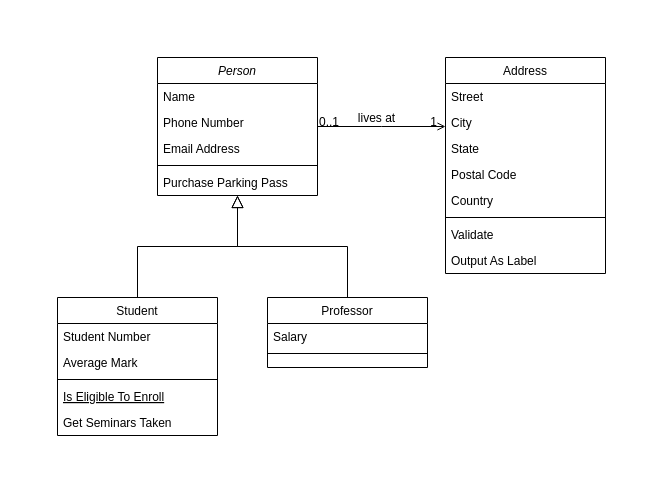
The draw.io diagram Untitled Diagram.drawio in antnovik/task-slider, before the edit. Source tidied: cells renumbered, new cells numbered last; positions are measured from the earlier drawing's top-left corner, leaving out a move shared by most shapes. Both pictures are drawn from the tidied source at 100%, with x=0, y=0 at pixel (57, 57).
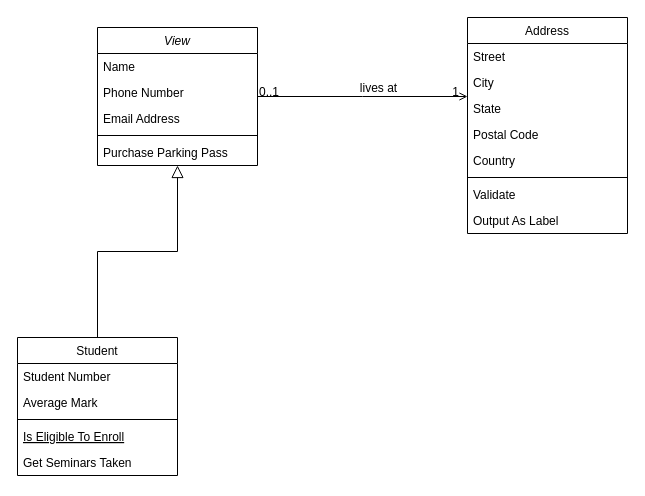
The same diagram, later.

What changed in the source:
```diff
@@
-    <mxCell id="2" value="Person" style="swimlane;fontStyle=2;align=center;verticalAlign=top;horizontal=1;startSize=26;rounded=0;shadow=0;strokeWidth=1;" parent="1" vertex="1">
-      <mxGeometry x="100" width="160" height="138" as="geometry" />
+    <mxCell id="2" value="View" style="swimlane;fontStyle=2;align=center;verticalAlign=top;horizontal=1;startSize=26;rounded=0;shadow=0;strokeWidth=1;" parent="1" vertex="1">
+      <mxGeometry x="40" y="-30" width="160" height="138" as="geometry" />
     </mxCell>
@@
     <mxCell id="8" value="Student" style="swimlane;fontStyle=0;align=center;verticalAlign=top;horizontal=1;startSize=26;rounded=0;shadow=0;strokeWidth=1;" parent="1" vertex="1">
-      <mxGeometry y="240" width="160" height="138" as="geometry" />
+      <mxGeometry x="-40" y="280" width="160" height="138" as="geometry" />
     </mxCell>
@@
-    <mxCell id="15" value="Professor" style="swimlane;fontStyle=0;align=center;verticalAlign=top;horizontal=1;startSize=26;rounded=0;shadow=0;strokeWidth=1;" parent="1" vertex="1">
-      <mxGeometry x="210" y="240" width="160" height="70" as="geometry" />
-    </mxCell>
-    <mxCell id="16" value="Salary" style="text;align=left;verticalAlign=top;spacingLeft=4;spacingRight=4;overflow=hidden;" parent="15" vertex="1">
-      <mxGeometry y="26" width="160" height="26" as="geometry" />
-    </mxCell>
-    <mxCell id="17" style="line;html=1;strokeWidth=1;align=left;verticalAlign=middle;spacingTop=-1;spacingLeft=3;spacingRight=3;labelPosition=right;" parent="15" vertex="1">
-      <mxGeometry y="52" width="160" height="8" as="geometry" />
-    </mxCell>
-    <mxCell id="18" style="endArrow=block;endSize=10;endFill=0;shadow=0;strokeWidth=1;rounded=0;edgeStyle=elbowEdgeStyle;elbow=vertical;" parent="1" edge="1" source="15" target="2">
-      <mxGeometry relative="1" as="geometry" />
-    </mxCell>
     <mxCell id="19" value="Address" style="swimlane;fontStyle=0;align=center;verticalAlign=top;horizontal=1;startSize=26;rounded=0;shadow=0;strokeWidth=1;" parent="1" vertex="1">
-      <mxGeometry x="388" width="160" height="216" as="geometry" />
+      <mxGeometry x="410" y="-40" width="160" height="216" as="geometry" />
     </mxCell>
```
